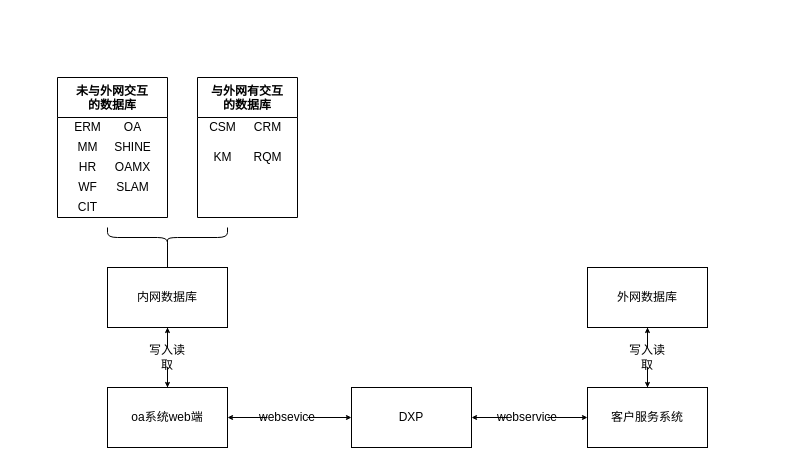
Earlier version of the draw.io diagram Untitled Diagram.drawio (lin-owen/hello-world). Source tidied: cells renumbered, new cells numbered last; positions are measured from the earlier drawing's top-left corner, leaving out a move shared by most shapes. Both pictures are drawn from the tidied source at 100%, with x=0, y=0 at pixel (57, 77).
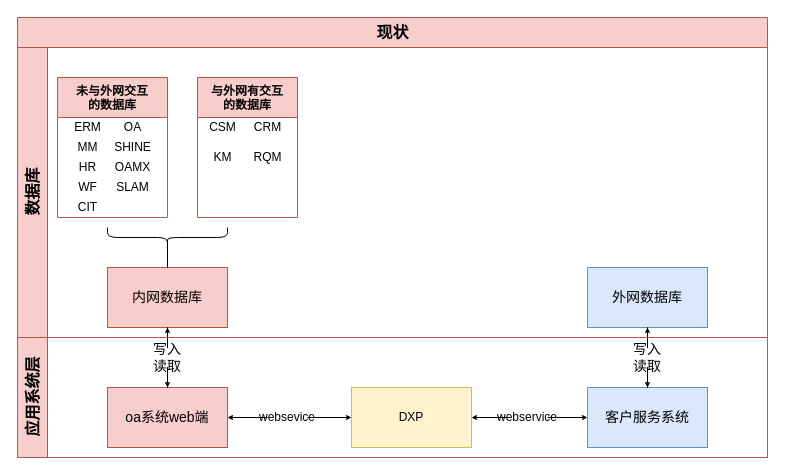
The same page after the edit.

The edit, as a diff of the source:
```diff
@@
-    <mxCell id="2" value="内网数据库" style="rounded=0;whiteSpace=wrap;html=1;" parent="1" vertex="1">
+    <mxCell id="2" value="&lt;font style=&quot;font-size: 14px&quot;&gt;内网数据库&lt;/font&gt;" style="rounded=0;whiteSpace=wrap;html=1;fillColor=#f8cecc;strokeColor=#b85450;" parent="1" vertex="1">
       <mxGeometry x="50" y="190" width="120" height="60" as="geometry" />
     </mxCell>
-    <mxCell id="3" value="oa系统web端" style="rounded=0;whiteSpace=wrap;html=1;" parent="1" vertex="1">
+    <mxCell id="3" value="&lt;font style=&quot;font-size: 14px&quot;&gt;oa系统web端&lt;/font&gt;" style="rounded=0;whiteSpace=wrap;html=1;fillColor=#f8cecc;strokeColor=#b85450;" parent="1" vertex="1">
       <mxGeometry x="50" y="310" width="120" height="60" as="geometry" />
     </mxCell>
-    <mxCell id="4" value="DXP" style="rounded=0;whiteSpace=wrap;html=1;" parent="1" vertex="1">
+    <mxCell id="4" value="DXP" style="rounded=0;whiteSpace=wrap;html=1;fillColor=#fff2cc;strokeColor=#d6b656;" parent="1" vertex="1">
       <mxGeometry x="294" y="310" width="120" height="60" as="geometry" />
     </mxCell>
-    <mxCell id="5" value="客户服务系统" style="rounded=0;whiteSpace=wrap;html=1;" parent="1" vertex="1">
+    <mxCell id="5" value="&lt;font style=&quot;font-size: 14px&quot;&gt;客户服务系统&lt;/font&gt;" style="rounded=0;whiteSpace=wrap;html=1;fillColor=#dae8fc;strokeColor=#6c8ebf;" parent="1" vertex="1">
       <mxGeometry x="530" y="310" width="120" height="60" as="geometry" />
     </mxCell>
-    <mxCell id="6" value="外网数据库" style="rounded=0;whiteSpace=wrap;html=1;" parent="1" vertex="1">
+    <mxCell id="6" value="&lt;font style=&quot;font-size: 14px&quot;&gt;外网数据库&lt;/font&gt;" style="rounded=0;whiteSpace=wrap;html=1;fillColor=#dae8fc;strokeColor=#6c8ebf;" parent="1" vertex="1">
       <mxGeometry x="530" y="190" width="120" height="60" as="geometry" />
     </mxCell>
@@
-    <mxCell id="15" value="写入读取" style="text;html=1;strokeColor=none;fillColor=none;align=center;verticalAlign=middle;whiteSpace=wrap;rounded=0;" parent="1" vertex="1">
+    <mxCell id="15" value="&lt;font style=&quot;font-size: 14px&quot;&gt;写入读取&lt;/font&gt;" style="text;html=1;strokeColor=none;fillColor=none;align=center;verticalAlign=middle;whiteSpace=wrap;rounded=0;" parent="1" vertex="1">
       <mxGeometry x="90" y="270" width="40" height="20" as="geometry" />
     </mxCell>
@@
-    <mxCell id="18" value="写入读取" style="text;html=1;strokeColor=none;fillColor=none;align=center;verticalAlign=middle;whiteSpace=wrap;rounded=0;" parent="1" vertex="1">
+    <mxCell id="18" value="&lt;font style=&quot;font-size: 14px&quot;&gt;写入读取&lt;/font&gt;" style="text;html=1;strokeColor=none;fillColor=none;align=center;verticalAlign=middle;whiteSpace=wrap;rounded=0;" parent="1" vertex="1">
       <mxGeometry x="570" y="270" width="40" height="20" as="geometry" />
     </mxCell>
@@
-    <mxCell id="21" value="未与外网交互&#10;的数据库" style="swimlane;startSize=40;" parent="1" vertex="1">
+    <mxCell id="21" value="未与外网交互&#10;的数据库" style="swimlane;startSize=40;fillColor=#f8cecc;strokeColor=#b85450;" parent="1" vertex="1">
       <mxGeometry width="110" height="140" as="geometry" />
     </mxCell>
@@
-    <mxCell id="31" value="与外网有交互&#10;的数据库" style="swimlane;startSize=40;" parent="1" vertex="1">
+    <mxCell id="31" value="与外网有交互&#10;的数据库" style="swimlane;startSize=40;fillColor=#f8cecc;strokeColor=#b85450;" parent="1" vertex="1">
       <mxGeometry x="140" width="100" height="140" as="geometry" />
     </mxCell>
@@
+    <mxCell id="36" value="&lt;font style=&quot;font-size: 16px&quot;&gt;现状&lt;/font&gt;" style="swimlane;html=1;horizontal=1;startSize=30;fillColor=#f8cecc;strokeColor=#b85450;" parent="1" vertex="1">
+      <mxGeometry x="-40" y="-60" width="750" height="440" as="geometry" />
+    </mxCell>
+    <mxCell id="37" value="&lt;font style=&quot;font-size: 16px&quot;&gt;数据库&lt;/font&gt;" style="swimlane;html=1;startSize=30;horizontal=0;fillColor=#f8cecc;strokeColor=#b85450;" parent="36" vertex="1">
+      <mxGeometry y="30" width="750" height="290" as="geometry" />
+    </mxCell>
+    <mxCell id="38" value="&lt;font style=&quot;font-size: 16px&quot;&gt;应用系统层&lt;/font&gt;" style="swimlane;html=1;startSize=30;horizontal=0;fillColor=#f8cecc;strokeColor=#b85450;" parent="36" vertex="1">
+      <mxGeometry y="320" width="750" height="120" as="geometry" />
+    </mxCell>
```
